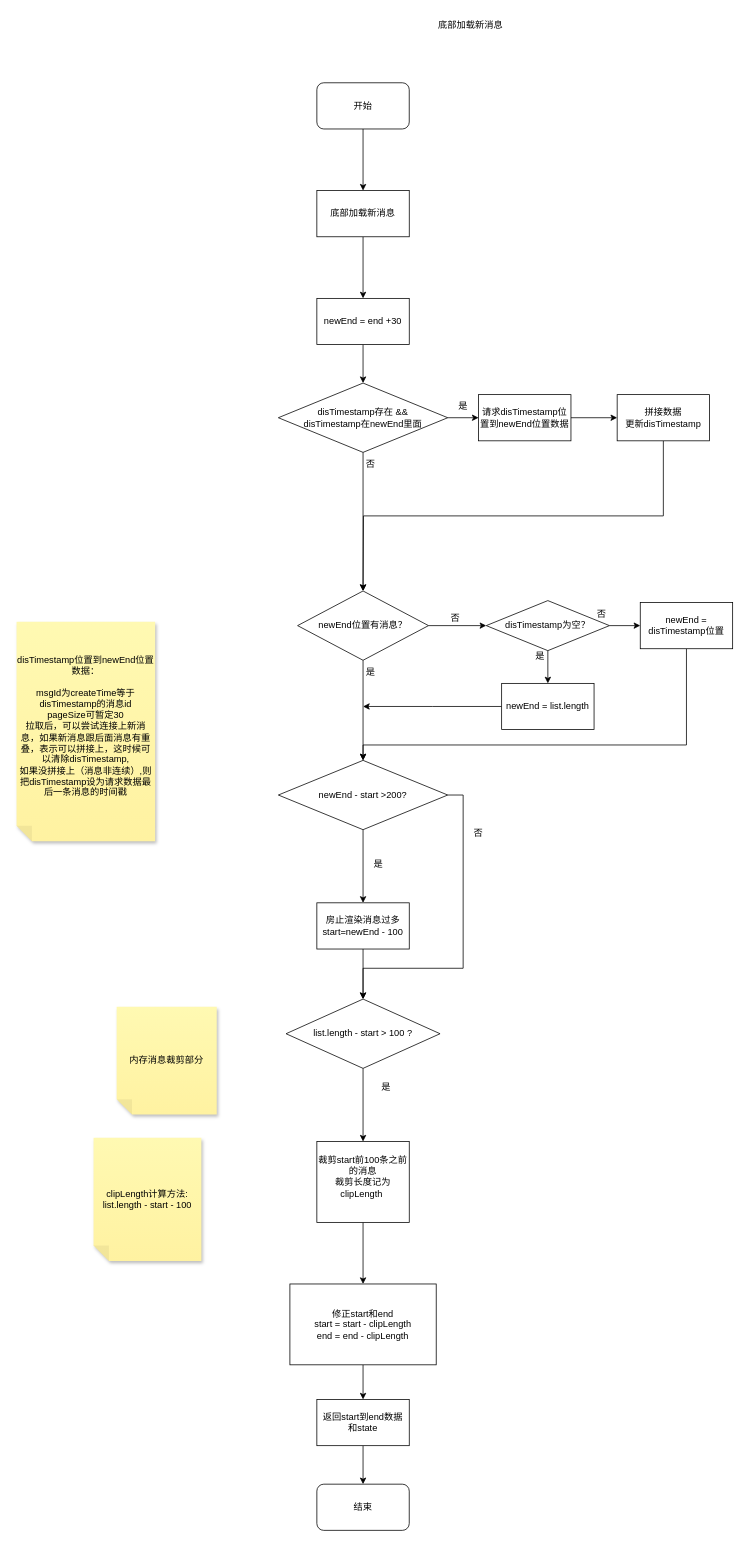
This is 非连续存储底部加载新消息.drawio from ccccccp/draw-io, a draw.io file, before an edit. Source tidied: cells renumbered, new cells numbered last; positions are measured from the earlier drawing's top-left corner, leaving out a move shared by most shapes. Both pictures are drawn from the tidied source at 77%, with x=0, y=0 at pixel (16, 13).
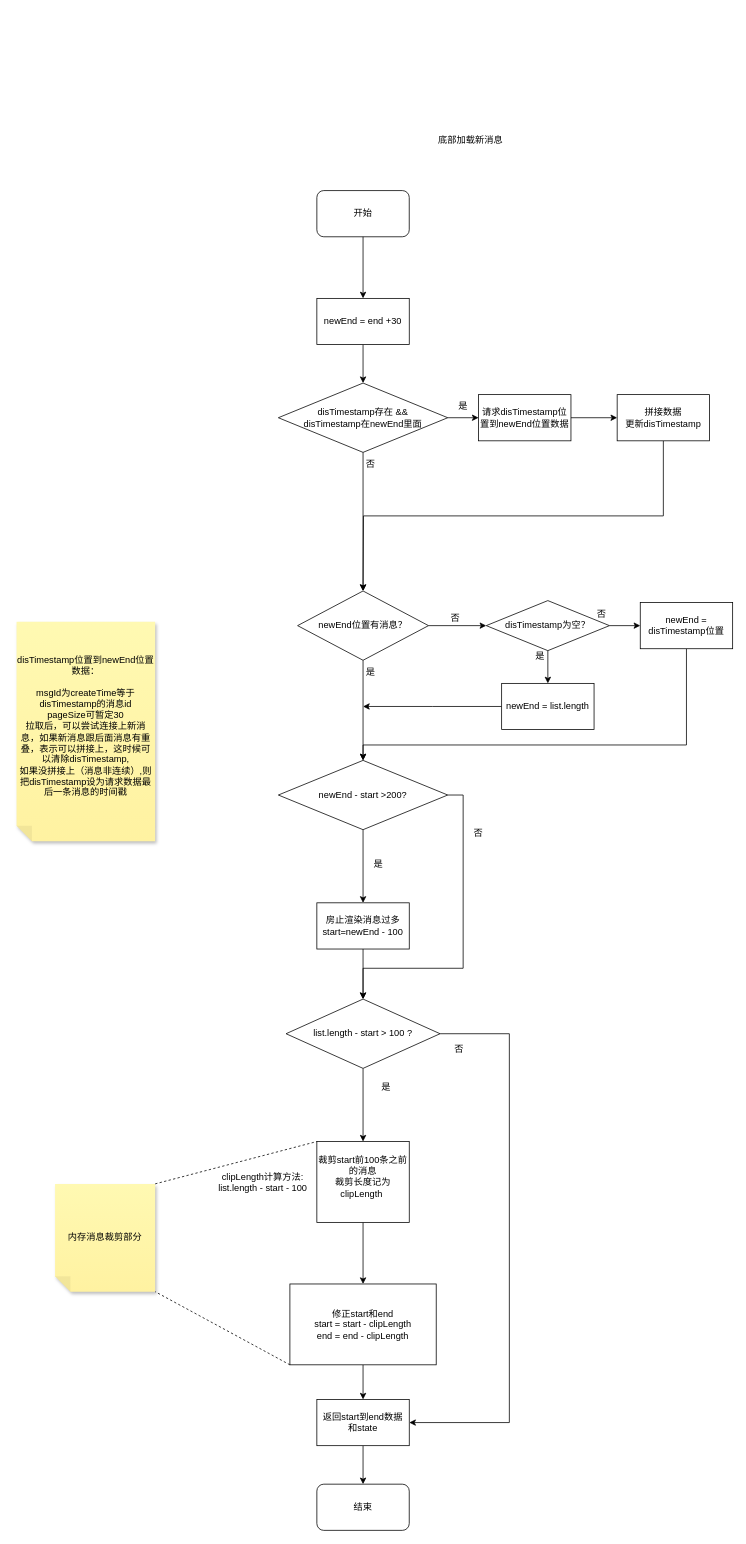
The same page after the edit.

Commit message:
更新非连续存储底部加载新消息.drawio

The change refers to these unchanged cells:
```xml
<mxCell id="8" value="&lt;span style=&quot;background-color: transparent; color: light-dark(rgb(0, 0, 0), rgb(255, 255, 255));&quot;&gt;newEnd = end +30&lt;/span&gt;" style="whiteSpace=wrap;html=1;rounded=0;" parent="1" vertex="1">
  <mxGeometry x="390" y="370" width="120" height="60" as="geometry" />
</mxCell>
<mxCell id="41" value="list.length - start &amp;gt; 100 ?" style="rhombus;whiteSpace=wrap;html=1;" parent="1" vertex="1">
  <mxGeometry x="350" y="1280" width="200" height="90" as="geometry" />
</mxCell>
<mxCell id="43" value="裁剪start前100条之前的消息&lt;div&gt;裁剪长度记为clipLength&amp;nbsp;&lt;/div&gt;&lt;div&gt;&lt;br&gt;&lt;/div&gt;" style="whiteSpace=wrap;html=1;" parent="1" vertex="1">
  <mxGeometry x="390" y="1465" width="120" height="105" as="geometry" />
</mxCell>
<mxCell id="47" value="修正start和end&lt;br&gt;start = start - clipLength&lt;br&gt;end = end - clipLength" style="whiteSpace=wrap;html=1;" parent="1" vertex="1">
  <mxGeometry x="355" y="1650" width="190" height="105" as="geometry" />
</mxCell>
<mxCell id="49" value="返回start到end数据&lt;br&gt;和state" style="whiteSpace=wrap;html=1;rounded=0;" parent="1" vertex="1">
  <mxGeometry x="390" y="1800" width="120" height="60" as="geometry" />
</mxCell>
```

The edit, as a diff of the source:
```diff
@@
     <mxCell id="2" value="底部加载新消息" style="text;html=1;whiteSpace=wrap;strokeColor=none;fillColor=none;align=center;verticalAlign=middle;rounded=0;" parent="1" vertex="1">
-      <mxGeometry x="490" width="200" height="30" as="geometry" />
+      <mxGeometry x="490" y="150" width="200" height="30" as="geometry" />
     </mxCell>
-    <mxCell id="3" style="edgeStyle=orthogonalEdgeStyle;rounded=0;jettySize=auto;html=1;" parent="1" edge="1" source="4" target="6">
-      <mxGeometry relative="1" as="geometry" />
-    </mxCell>
     <mxCell id="4" value="开始" style="rounded=1;whiteSpace=wrap;html=1;" parent="1" vertex="1">
-      <mxGeometry x="390" y="90" width="120" height="60" as="geometry" />
+      <mxGeometry x="390" y="230" width="120" height="60" as="geometry" />
     </mxCell>
-    <mxCell id="5" style="edgeStyle=orthogonalEdgeStyle;rounded=0;jettySize=auto;html=1;" parent="1" edge="1" source="6" target="8">
+    <mxCell id="5" style="edgeStyle=orthogonalEdgeStyle;rounded=0;jettySize=auto;html=1;exitX=0.5;exitY=1;exitDx=0;exitDy=0;" parent="1" edge="1" source="4" target="8">
       <mxGeometry relative="1" as="geometry" />
     </mxCell>
-    <mxCell id="6" value="底部加载新消息" style="whiteSpace=wrap;html=1;rounded=0;" parent="1" vertex="1">
-      <mxGeometry x="390" y="230" width="120" height="60" as="geometry" />
-    </mxCell>
@@
     <mxCell id="39" value="内存消息裁剪部分" style="shape=note;whiteSpace=wrap;html=1;backgroundOutline=1;fontColor=#000000;darkOpacity=0.05;fillColor=#FFF9B2;strokeColor=none;fillStyle=solid;direction=west;gradientDirection=north;gradientColor=#FFF2A1;shadow=1;size=20;" parent="1" vertex="1">
-      <mxGeometry x="130" y="1290" width="130" height="140" as="geometry" />
+      <mxGeometry x="50" y="1520" width="130" height="140" as="geometry" />
     </mxCell>
@@
+    <mxCell id="52" style="edgeStyle=orthogonalEdgeStyle;rounded=0;jettySize=auto;html=1;exitX=1;exitY=0.5;exitDx=0;exitDy=0;entryX=1;entryY=0.5;entryDx=0;entryDy=0;" parent="1" edge="1" source="41" target="49">
+      <mxGeometry relative="1" as="geometry">
+        <Array as="points">
+          <mxPoint x="640" y="1325" />
+          <mxPoint x="640" y="1830" />
+        </Array>
+      </mxGeometry>
+    </mxCell>
@@
-    <mxCell id="45" value="clipLength计算方法:&lt;div&gt;list.length - start - 100&lt;/div&gt;" style="shape=note;whiteSpace=wrap;html=1;backgroundOutline=1;fontColor=#000000;darkOpacity=0.05;fillColor=#FFF9B2;strokeColor=none;fillStyle=solid;direction=west;gradientDirection=north;gradientColor=#FFF2A1;shadow=1;size=20;" parent="1" vertex="1">
-      <mxGeometry x="100" y="1460" width="140" height="160" as="geometry" />
-    </mxCell>
@@
+    <mxCell id="53" value="否" style="text;html=1;whiteSpace=wrap;strokeColor=none;fillColor=none;align=center;verticalAlign=middle;rounded=0;" parent="1" vertex="1">
+      <mxGeometry x="545" y="1330" width="60" height="30" as="geometry" />
+    </mxCell>
+    <mxCell id="45" value="clipLength计算方法:&lt;div&gt;list.length - start - 100&lt;/div&gt;" style="text;html=1;whiteSpace=wrap;strokeColor=none;fillColor=none;align=center;verticalAlign=middle;rounded=0;" parent="1" vertex="1">
+      <mxGeometry x="260" y="1497.5" width="120" height="40" as="geometry" />
+    </mxCell>
+    <mxCell id="54" style="endArrow=none;dashed=1;html=1;rounded=0;entryX=0;entryY=0;entryDx=0;entryDy=0;" parent="1" edge="1" target="43">
+      <mxGeometry relative="1" as="geometry">
+        <mxPoint x="180" y="1520" as="sourcePoint" />
+      </mxGeometry>
+    </mxCell>
+    <mxCell id="55" style="endArrow=none;dashed=1;html=1;rounded=0;entryX=0;entryY=0;entryDx=0;entryDy=0;entryPerimeter=0;exitX=0;exitY=1;exitDx=0;exitDy=0;" parent="1" edge="1" source="47" target="39">
+      <mxGeometry relative="1" as="geometry" />
+    </mxCell>
```
